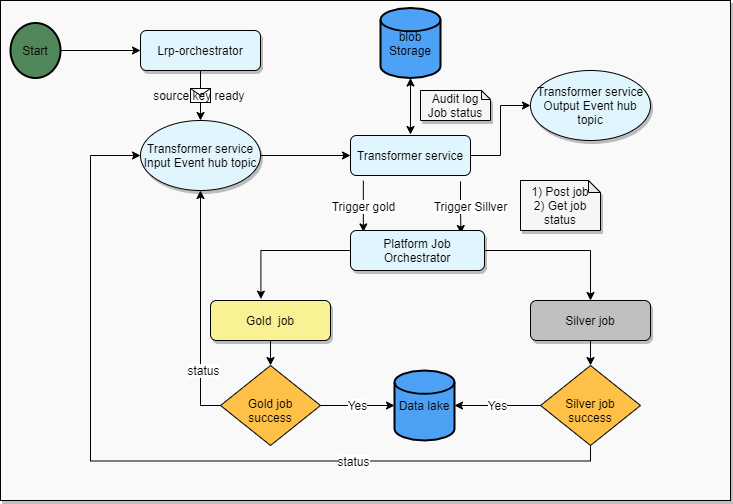
The draw.io diagram src/main/resources/workflow1.png in mdfarooqii/arisketl, before a commit. Source tidied: cells renumbered, new cells last; positions are measured from the earlier drawing's top-left corner, leaving out a move shared by most shapes. The source it was exported from:
```xml
<mxGraphModel>
  <root>
    <mxCell id="0" />
    <mxCell id="1" parent="0" />
    <mxCell id="2" style="rounded=0;whiteSpace=wrap;html=1;shadow=1;labelBackgroundColor=#ffffff;fillColor=#F9F9F9;fontSize=12;" parent="1" vertex="1">
      <mxGeometry width="730" height="500" as="geometry" />
    </mxCell>
    <mxCell id="3" style="group;fontSize=12;" parent="1" vertex="1">
      <mxGeometry x="10" y="7.5" width="700" height="462.5" as="geometry" />
    </mxCell>
    <mxCell id="4" value="&lt;br style=&quot;font-size: 12px;&quot;&gt;Gold job success" style="rhombus;whiteSpace=wrap;html=1;shadow=0;fontFamily=Helvetica;fontSize=12;align=center;strokeWidth=1;spacing=6;spacingTop=-4;fillColor=#FFC048;" parent="3" vertex="1">
      <mxGeometry x="210" y="357.5" width="100" height="80" as="geometry" />
    </mxCell>
    <mxCell id="5" value="Lrp-orchestrator" style="rounded=1;whiteSpace=wrap;html=1;fontSize=12;glass=0;strokeWidth=1;shadow=1;fillColor=#E1F5FE;" parent="3" vertex="1">
      <mxGeometry x="130" y="22.5" width="120" height="40" as="geometry" />
    </mxCell>
    <mxCell id="6" value="Start" style="strokeWidth=2;html=1;shape=mxgraph.flowchart.start_2;whiteSpace=wrap;fillColor=#51875A;fontSize=12;" parent="3" vertex="1">
      <mxGeometry y="15" width="50" height="55" as="geometry" />
    </mxCell>
    <mxCell id="7" value="blob Storage" style="strokeWidth=2;html=1;shape=mxgraph.flowchart.database;whiteSpace=wrap;fillColor=#4DA1F6;fontSize=12;" parent="3" vertex="1">
      <mxGeometry x="370" width="60" height="70" as="geometry" />
    </mxCell>
    <mxCell id="8" style="endArrow=classic;html=1;exitX=1;exitY=0.5;exitDx=0;exitDy=0;exitPerimeter=0;entryX=0;entryY=0.5;entryDx=0;entryDy=0;fontSize=12;" parent="3" edge="1" source="6" target="5">
      <mxGeometry relative="1" as="geometry" />
    </mxCell>
    <mxCell id="9" style="endArrow=classic;html=1;entryX=0.5;entryY=0;entryDx=0;entryDy=0;exitX=0.5;exitY=1;exitDx=0;exitDy=0;fontSize=12;" parent="3" edge="1" source="5" target="11">
      <mxGeometry relative="1" as="geometry" />
    </mxCell>
    <mxCell id="10" value="source key ready&amp;nbsp;" style="shape=message;html=1;fontSize=12;" parent="9" vertex="1">
      <mxGeometry width="20" height="14" relative="1" as="geometry">
        <mxPoint x="-10" y="-7" as="offset" />
      </mxGeometry>
    </mxCell>
    <mxCell id="11" value="Transformer service Input Event hub topic" style="ellipse;whiteSpace=wrap;html=1;shadow=1;fillColor=#E1F5FE;fontSize=12;" parent="3" vertex="1">
      <mxGeometry x="130" y="112.5" width="120" height="70" as="geometry" />
    </mxCell>
    <mxCell id="12" value="Trigger Sillver" style="edgeStyle=orthogonalEdgeStyle;rounded=0;jettySize=auto;html=1;entryX=0.824;entryY=0.075;entryDx=0;entryDy=0;entryPerimeter=0;fontSize=12;" parent="3" edge="1" target="15">
      <mxGeometry x="-0.05" y="10" relative="1" as="geometry">
        <mxPoint x="450" y="173.5" as="sourcePoint" />
      </mxGeometry>
    </mxCell>
    <mxCell id="13" value="Transformer service" style="rounded=1;whiteSpace=wrap;html=1;fontSize=12;glass=0;strokeWidth=1;shadow=0;fillColor=#E1F5FE;" parent="3" vertex="1">
      <mxGeometry x="340" y="127.5" width="120" height="40" as="geometry" />
    </mxCell>
    <mxCell id="14" style="edgeStyle=orthogonalEdgeStyle;rounded=0;jettySize=auto;html=1;fontSize=12;" parent="3" edge="1" source="11" target="13">
      <mxGeometry relative="1" as="geometry" />
    </mxCell>
    <mxCell id="15" value="Platform Job Orchestrator" style="rounded=1;whiteSpace=wrap;html=1;fontSize=12;glass=0;strokeWidth=1;shadow=1;fillColor=#E1F5FE;" parent="3" vertex="1">
      <mxGeometry x="340" y="222.5" width="134" height="40" as="geometry" />
    </mxCell>
    <mxCell id="16" value="Trigger gold" style="edgeStyle=orthogonalEdgeStyle;rounded=0;jettySize=auto;html=1;exitX=0.107;exitY=1.13;exitDx=0;exitDy=0;exitPerimeter=0;entryX=0.096;entryY=0.035;entryDx=0;entryDy=0;entryPerimeter=0;fontSize=12;" parent="3" edge="1" source="13" target="15">
      <mxGeometry relative="1" as="geometry" />
    </mxCell>
    <mxCell id="17" value="1) Post job&lt;br style=&quot;font-size: 12px;&quot;&gt;2) Get job status" style="shape=note;whiteSpace=wrap;html=1;backgroundOutline=1;darkOpacity=0.05;shadow=1;fillColor=#F6F6F6;fontSize=12;size=12;" parent="3" vertex="1">
      <mxGeometry x="510" y="172.5" width="80" height="50" as="geometry" />
    </mxCell>
    <mxCell id="18" value="status" style="edgeStyle=orthogonalEdgeStyle;rounded=0;jettySize=auto;html=1;entryX=0;entryY=0.5;entryDx=0;entryDy=0;exitX=0.5;exitY=1;exitDx=0;exitDy=0;fontSize=12;" parent="3" edge="1" source="19" target="11">
      <mxGeometry x="-0.42" relative="1" as="geometry">
        <Array as="points">
          <mxPoint x="580" y="453" />
          <mxPoint x="80" y="453" />
          <mxPoint x="80" y="148" />
        </Array>
      </mxGeometry>
    </mxCell>
    <mxCell id="19" value="&lt;br style=&quot;font-size: 12px;&quot;&gt;Silver job success" style="rhombus;whiteSpace=wrap;html=1;shadow=0;fontFamily=Helvetica;fontSize=12;align=center;strokeWidth=1;spacing=6;spacingTop=-4;fillColor=#FFC048;" parent="3" vertex="1">
      <mxGeometry x="530" y="357.5" width="100" height="80" as="geometry" />
    </mxCell>
    <mxCell id="20" style="edgeStyle=orthogonalEdgeStyle;rounded=0;jettySize=auto;html=1;fontSize=12;" parent="3" edge="1" source="21" target="19">
      <mxGeometry relative="1" as="geometry" />
    </mxCell>
    <mxCell id="21" value="Silver job" style="rounded=1;whiteSpace=wrap;html=1;fontSize=12;glass=0;strokeWidth=1;shadow=1;fillColor=#C0C0C0;" parent="3" vertex="1">
      <mxGeometry x="520" y="292.5" width="120" height="40" as="geometry" />
    </mxCell>
    <mxCell id="22" style="edgeStyle=orthogonalEdgeStyle;rounded=0;jettySize=auto;html=1;fontSize=12;" parent="3" edge="1" source="15" target="21">
      <mxGeometry relative="1" as="geometry" />
    </mxCell>
    <mxCell id="23" style="edgeStyle=orthogonalEdgeStyle;rounded=0;jettySize=auto;html=1;fontSize=12;" parent="3" edge="1" source="24" target="4">
      <mxGeometry relative="1" as="geometry" />
    </mxCell>
    <mxCell id="24" value="Gold&amp;nbsp; job" style="rounded=1;whiteSpace=wrap;html=1;fontSize=12;glass=0;strokeWidth=1;shadow=1;fillColor=#F9F295;" parent="3" vertex="1">
      <mxGeometry x="200" y="292.5" width="120" height="40" as="geometry" />
    </mxCell>
    <mxCell id="25" style="edgeStyle=orthogonalEdgeStyle;rounded=0;jettySize=auto;html=1;entryX=0.42;entryY=-0.035;entryDx=0;entryDy=0;entryPerimeter=0;fontSize=12;" parent="3" edge="1" source="15" target="24">
      <mxGeometry relative="1" as="geometry">
        <Array as="points">
          <mxPoint x="250" y="242.5" />
        </Array>
      </mxGeometry>
    </mxCell>
    <mxCell id="26" style="endArrow=classic;startArrow=classic;html=1;entryX=0.5;entryY=1;entryDx=0;entryDy=0;entryPerimeter=0;fontSize=12;" parent="3" edge="1" target="7">
      <mxGeometry relative="1" as="geometry">
        <mxPoint x="400" y="126.5" as="sourcePoint" />
      </mxGeometry>
    </mxCell>
    <mxCell id="27" value="Data lake" style="strokeWidth=2;html=1;shape=mxgraph.flowchart.database;whiteSpace=wrap;fillColor=#4DA1F5;fontSize=12;" parent="3" vertex="1">
      <mxGeometry x="384" y="362.5" width="60" height="70" as="geometry" />
    </mxCell>
    <mxCell id="28" value="Yes" style="edgeStyle=orthogonalEdgeStyle;rounded=0;jettySize=auto;html=1;fontSize=12;" parent="3" edge="1" source="4" target="27">
      <mxGeometry relative="1" as="geometry" />
    </mxCell>
    <mxCell id="29" value="Audit log Job status" style="shape=note;whiteSpace=wrap;html=1;backgroundOutline=1;darkOpacity=0.05;shadow=1;fillColor=#F6F6F6;size=9;fontSize=12;" parent="3" vertex="1">
      <mxGeometry x="410" y="82.5" width="70" height="30" as="geometry" />
    </mxCell>
    <mxCell id="30" value="Yes" style="edgeStyle=orthogonalEdgeStyle;rounded=0;jettySize=auto;html=1;fontSize=12;" parent="3" edge="1" source="19" target="27">
      <mxGeometry relative="1" as="geometry" />
    </mxCell>
    <mxCell id="31" style="edgeStyle=orthogonalEdgeStyle;rounded=0;jettySize=auto;html=1;fontSize=12;entryX=0.5;entryY=1;entryDx=0;entryDy=0;" parent="3" edge="1" source="4" target="11">
      <mxGeometry relative="1" as="geometry">
        <Array as="points">
          <mxPoint x="190" y="398" />
        </Array>
      </mxGeometry>
    </mxCell>
    <mxCell id="32" value="status" style="edgeLabel;html=1;align=center;verticalAlign=middle;fontSize=12;" parent="31" vertex="1">
      <mxGeometry x="-0.52" y="-2" relative="1" as="geometry" />
    </mxCell>
    <mxCell id="33" value="Transformer service Output Event hub topic" style="ellipse;whiteSpace=wrap;html=1;shadow=1;fillColor=#E1F5FE;fontSize=12;" parent="1" vertex="1">
      <mxGeometry x="530" y="70" width="120" height="70" as="geometry" />
    </mxCell>
    <mxCell id="34" style="edgeStyle=orthogonalEdgeStyle;rounded=0;jettySize=auto;html=1;labelBackgroundColor=#ffffff;fillColor=none;fontSize=12;" parent="1" edge="1" source="13" target="33">
      <mxGeometry relative="1" as="geometry" />
    </mxCell>
  </root>
</mxGraphModel>
```
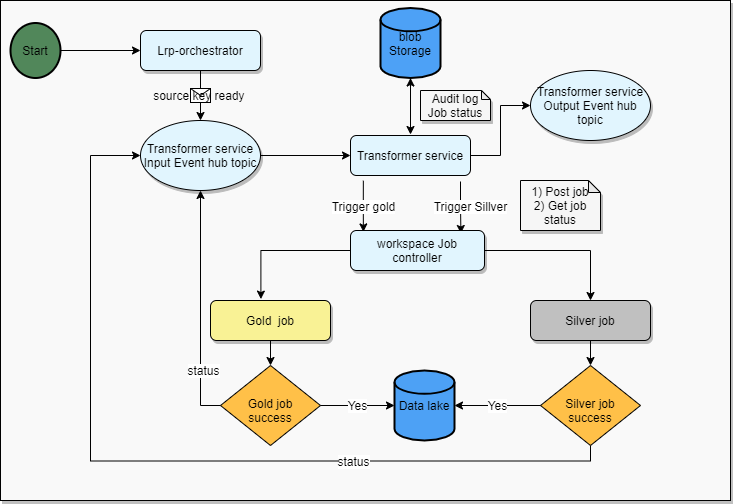
The same file after the commit.

Change to the diagram source:
```diff
@@ -45,7 +45,7 @@
     <mxCell id="14" style="edgeStyle=orthogonalEdgeStyle;rounded=0;jettySize=auto;html=1;fontSize=12;" parent="3" edge="1" source="11" target="13">
       <mxGeometry relative="1" as="geometry" />
     </mxCell>
-    <mxCell id="15" value="Platform Job Orchestrator" style="rounded=1;whiteSpace=wrap;html=1;fontSize=12;glass=0;strokeWidth=1;shadow=1;fillColor=#E1F5FE;" parent="3" vertex="1">
+    <mxCell id="15" value="workspace Job controller" style="rounded=1;whiteSpace=wrap;html=1;fontSize=12;glass=0;strokeWidth=1;shadow=1;fillColor=#E1F5FE;" parent="3" vertex="1">
       <mxGeometry x="340" y="222.5" width="134" height="40" as="geometry" />
     </mxCell>
     <mxCell id="16" value="Trigger gold" style="edgeStyle=orthogonalEdgeStyle;rounded=0;jettySize=auto;html=1;exitX=0.107;exitY=1.13;exitDx=0;exitDy=0;exitPerimeter=0;entryX=0.096;entryY=0.035;entryDx=0;entryDy=0;entryPerimeter=0;fontSize=12;" parent="3" edge="1" source="13" target="15">
```
